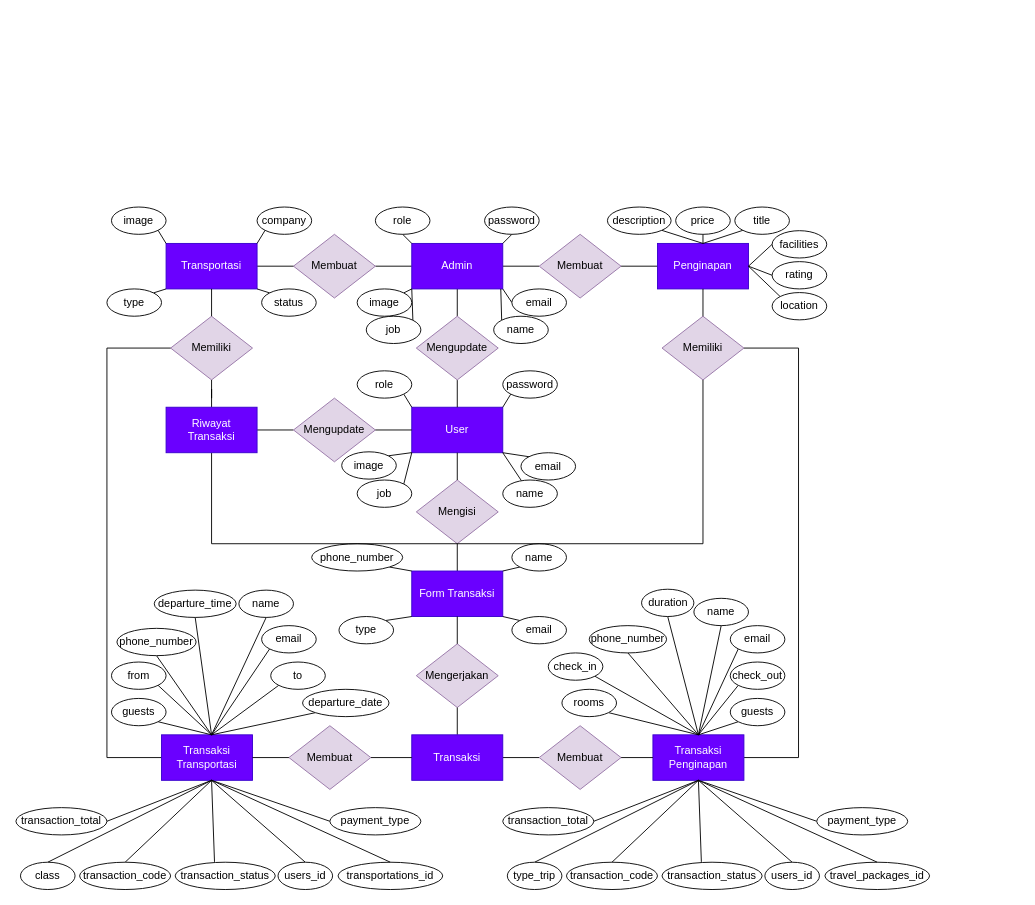
Above: GOFEST - ERD.drawio in xevorte/xevorte (draw.io), before the change. Source tidied: cells renumbered, new cells numbered last; positions are measured from the earlier drawing's top-left corner, leaving out a move shared by most shapes. Both pictures are drawn from the tidied source at 91%, with x=0, y=0 at pixel (15, 207).
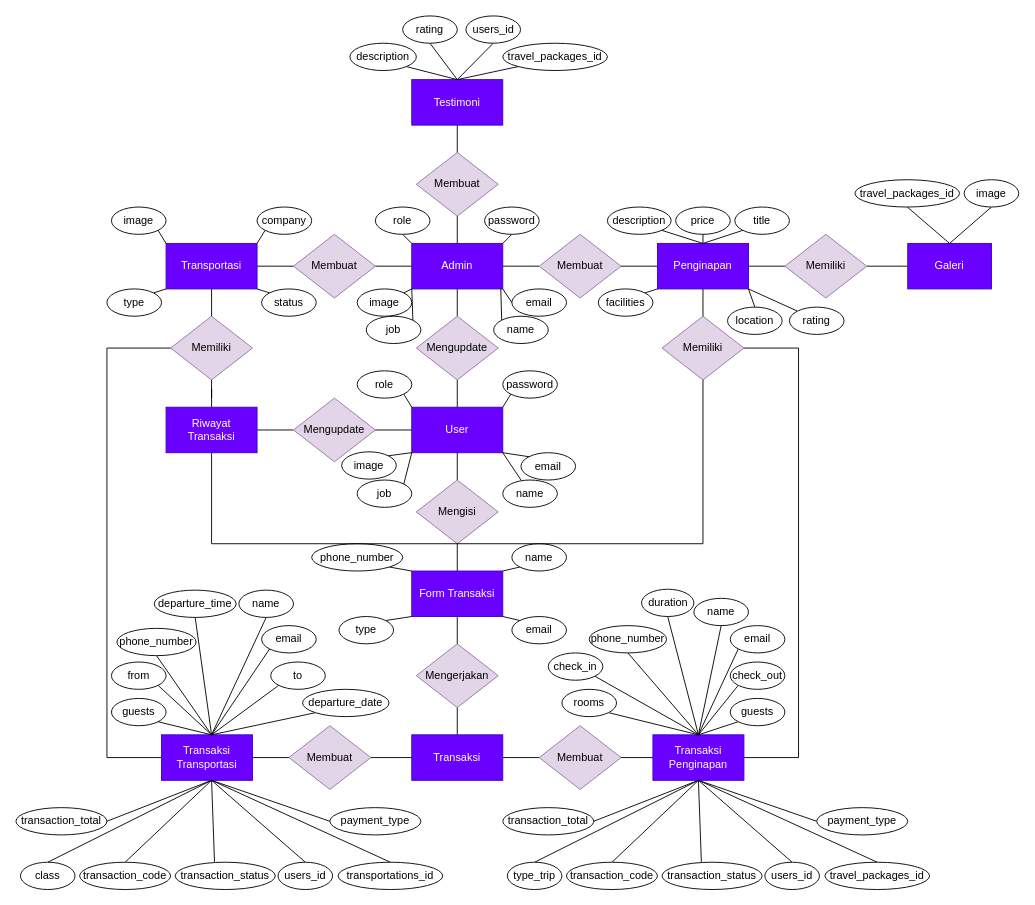
After the change.

The change refers to these unchanged cells:
```xml
<mxCell id="12" value="Penginapan" style="rounded=0;whiteSpace=wrap;html=1;fillColor=#6a00ff;strokeColor=#3700CC;fontColor=#ffffff;" parent="1" vertex="1">
  <mxGeometry x="705" y="40" width="100" height="50" as="geometry" />
</mxCell>
```

Diff of the diagram source:
```diff
@@
-    <mxCell id="78" style="edgeStyle=none;rounded=0;jettySize=auto;html=1;exitX=0;exitY=0;exitDx=0;exitDy=0;entryX=1;entryY=0.5;entryDx=0;entryDy=0;endArrow=none;endFill=0;" parent="1" edge="1" source="79" target="12">
-      <mxGeometry relative="1" as="geometry" />
-    </mxCell>
-    <mxCell id="79" value="location" style="ellipse;whiteSpace=wrap;html=1;" parent="1" vertex="1">
-      <mxGeometry x="831" y="94" width="60" height="30" as="geometry" />
-    </mxCell>
@@
-    <mxCell id="82" style="edgeStyle=none;rounded=0;jettySize=auto;html=1;exitX=0;exitY=0.5;exitDx=0;exitDy=0;entryX=1;entryY=0.5;entryDx=0;entryDy=0;endArrow=none;endFill=0;" parent="1" edge="1" source="83" target="12">
-      <mxGeometry relative="1" as="geometry" />
-    </mxCell>
-    <mxCell id="83" value="rating" style="ellipse;whiteSpace=wrap;html=1;" parent="1" vertex="1">
-      <mxGeometry x="831" y="60" width="60" height="30" as="geometry" />
-    </mxCell>
-    <mxCell id="84" style="edgeStyle=none;rounded=0;jettySize=auto;html=1;exitX=0;exitY=0.5;exitDx=0;exitDy=0;entryX=1;entryY=0.5;entryDx=0;entryDy=0;endArrow=none;endFill=0;" parent="1" edge="1" source="85" target="12">
-      <mxGeometry relative="1" as="geometry" />
-    </mxCell>
-    <mxCell id="85" value="facilities" style="ellipse;whiteSpace=wrap;html=1;" parent="1" vertex="1">
-      <mxGeometry x="831" y="26" width="60" height="30" as="geometry" />
-    </mxCell>
@@
+    <mxCell id="155" value="Membuat" style="rhombus;whiteSpace=wrap;html=1;fillColor=#e1d5e7;strokeColor=#9673a6;" parent="1" vertex="1">
+      <mxGeometry x="440" y="-60" width="90" height="70" as="geometry" />
+    </mxCell>
+    <mxCell id="156" style="rounded=0;jettySize=auto;html=1;entryX=0.5;entryY=0;entryDx=0;entryDy=0;endArrow=none;endFill=0;" parent="1" edge="1" source="155">
+      <mxGeometry relative="1" as="geometry">
+        <mxPoint x="485" y="40" as="targetPoint" />
+      </mxGeometry>
+    </mxCell>
+    <mxCell id="157" style="edgeStyle=none;rounded=0;jettySize=auto;html=1;entryX=0.5;entryY=1;entryDx=0;entryDy=0;endArrow=none;endFill=0;" parent="1" edge="1" source="155">
+      <mxGeometry relative="1" as="geometry">
+        <mxPoint x="485" y="-90" as="targetPoint" />
+      </mxGeometry>
+    </mxCell>
+    <mxCell id="158" style="edgeStyle=none;rounded=0;jettySize=auto;html=1;exitX=0.5;exitY=0;exitDx=0;exitDy=0;entryX=0.5;entryY=1;entryDx=0;entryDy=0;endArrow=none;endFill=0;" parent="1" edge="1" source="159" target="160">
+      <mxGeometry relative="1" as="geometry" />
+    </mxCell>
+    <mxCell id="159" value="Testimoni" style="rounded=0;whiteSpace=wrap;html=1;fillColor=#6a00ff;strokeColor=#3700CC;fontColor=#ffffff;" parent="1" vertex="1">
+      <mxGeometry x="435" y="-140" width="100" height="50" as="geometry" />
+    </mxCell>
+    <mxCell id="160" value="users_id" style="ellipse;whiteSpace=wrap;html=1;" parent="1" vertex="1">
+      <mxGeometry x="494.5" y="-210" width="60" height="30" as="geometry" />
+    </mxCell>
+    <mxCell id="161" style="edgeStyle=none;rounded=0;jettySize=auto;html=1;exitX=0;exitY=1;exitDx=0;exitDy=0;entryX=0.5;entryY=0;entryDx=0;entryDy=0;endArrow=none;endFill=0;" parent="1" edge="1" source="162" target="159">
+      <mxGeometry relative="1" as="geometry" />
+    </mxCell>
+    <mxCell id="162" value="travel_packages_id" style="ellipse;whiteSpace=wrap;html=1;" parent="1" vertex="1">
+      <mxGeometry x="535" y="-180" width="115" height="30" as="geometry" />
+    </mxCell>
+    <mxCell id="163" style="edgeStyle=none;rounded=0;jettySize=auto;html=1;exitX=0.5;exitY=1;exitDx=0;exitDy=0;entryX=0.5;entryY=0;entryDx=0;entryDy=0;endArrow=none;endFill=0;" parent="1" edge="1" source="164" target="159">
+      <mxGeometry relative="1" as="geometry" />
+    </mxCell>
+    <mxCell id="164" value="rating" style="ellipse;whiteSpace=wrap;html=1;" parent="1" vertex="1">
+      <mxGeometry x="425" y="-210" width="60" height="30" as="geometry" />
+    </mxCell>
+    <mxCell id="165" style="edgeStyle=none;rounded=0;jettySize=auto;html=1;exitX=1;exitY=1;exitDx=0;exitDy=0;entryX=0.5;entryY=0;entryDx=0;entryDy=0;endArrow=none;endFill=0;" parent="1" edge="1" source="166" target="159">
+      <mxGeometry relative="1" as="geometry" />
+    </mxCell>
+    <mxCell id="166" value="description" style="ellipse;whiteSpace=wrap;html=1;" parent="1" vertex="1">
+      <mxGeometry x="367" y="-180" width="73" height="30" as="geometry" />
+    </mxCell>
+    <mxCell id="78" style="edgeStyle=none;rounded=0;jettySize=auto;html=1;exitX=0.5;exitY=0;exitDx=0;exitDy=0;entryX=1;entryY=1;entryDx=0;entryDy=0;endArrow=none;endFill=0;" parent="1" edge="1" source="79" target="12">
+      <mxGeometry relative="1" as="geometry" />
+    </mxCell>
+    <mxCell id="79" value="location" style="ellipse;whiteSpace=wrap;html=1;" parent="1" vertex="1">
+      <mxGeometry x="782" y="110" width="60" height="30" as="geometry" />
+    </mxCell>
+    <mxCell id="84" style="edgeStyle=none;rounded=0;jettySize=auto;html=1;exitX=1;exitY=0;exitDx=0;exitDy=0;entryX=0;entryY=1;entryDx=0;entryDy=0;endArrow=none;endFill=0;" parent="1" edge="1" source="85" target="12">
+      <mxGeometry relative="1" as="geometry" />
+    </mxCell>
+    <mxCell id="85" value="facilities" style="ellipse;whiteSpace=wrap;html=1;" parent="1" vertex="1">
+      <mxGeometry x="640" y="90" width="60" height="30" as="geometry" />
+    </mxCell>
+    <mxCell id="167" style="edgeStyle=none;rounded=0;jettySize=auto;html=1;exitX=0;exitY=0;exitDx=0;exitDy=0;entryX=1;entryY=1;entryDx=0;entryDy=0;endArrow=none;endFill=0;" parent="1" edge="1" source="168" target="12">
+      <mxGeometry relative="1" as="geometry" />
+    </mxCell>
+    <mxCell id="168" value="rating" style="ellipse;whiteSpace=wrap;html=1;" parent="1" vertex="1">
+      <mxGeometry x="850" y="110" width="60" height="30" as="geometry" />
+    </mxCell>
+    <mxCell id="169" style="edgeStyle=none;rounded=0;jettySize=auto;html=1;entryX=0;entryY=0.5;entryDx=0;entryDy=0;endArrow=none;endFill=0;" parent="1" edge="1" source="171" target="172">
+      <mxGeometry relative="1" as="geometry" />
+    </mxCell>
+    <mxCell id="170" style="edgeStyle=none;rounded=0;jettySize=auto;html=1;entryX=0;entryY=0.5;entryDx=0;entryDy=0;endArrow=none;endFill=0;" parent="1" edge="1" target="171">
+      <mxGeometry relative="1" as="geometry">
+        <mxPoint x="805" y="65" as="sourcePoint" />
+      </mxGeometry>
+    </mxCell>
+    <mxCell id="171" value="Memiliki" style="rhombus;whiteSpace=wrap;html=1;fillColor=#e1d5e7;strokeColor=#9673a6;" parent="1" vertex="1">
+      <mxGeometry x="845" y="30" width="90" height="70" as="geometry" />
+    </mxCell>
+    <mxCell id="172" value="Galeri" style="rounded=0;whiteSpace=wrap;html=1;fillColor=#6a00ff;strokeColor=#3700CC;fontColor=#ffffff;" parent="1" vertex="1">
+      <mxGeometry x="980" y="40" width="92" height="50" as="geometry" />
+    </mxCell>
+    <mxCell id="173" style="edgeStyle=none;rounded=0;jettySize=auto;html=1;exitX=0.5;exitY=1;exitDx=0;exitDy=0;entryX=0.5;entryY=0;entryDx=0;entryDy=0;endArrow=none;endFill=0;" parent="1" edge="1" source="174" target="172">
+      <mxGeometry relative="1" as="geometry" />
+    </mxCell>
+    <mxCell id="174" value="travel_packages_id" style="ellipse;whiteSpace=wrap;html=1;" parent="1" vertex="1">
+      <mxGeometry x="922" y="-30" width="115" height="30" as="geometry" />
+    </mxCell>
+    <mxCell id="175" style="edgeStyle=none;rounded=0;jettySize=auto;html=1;exitX=0.5;exitY=1;exitDx=0;exitDy=0;entryX=0.5;entryY=0;entryDx=0;entryDy=0;endArrow=none;endFill=0;" parent="1" edge="1" source="176" target="172">
+      <mxGeometry relative="1" as="geometry" />
+    </mxCell>
+    <mxCell id="176" value="image" style="ellipse;whiteSpace=wrap;html=1;" parent="1" vertex="1">
+      <mxGeometry x="1042" y="-30" width="60" height="30" as="geometry" />
+    </mxCell>
```
